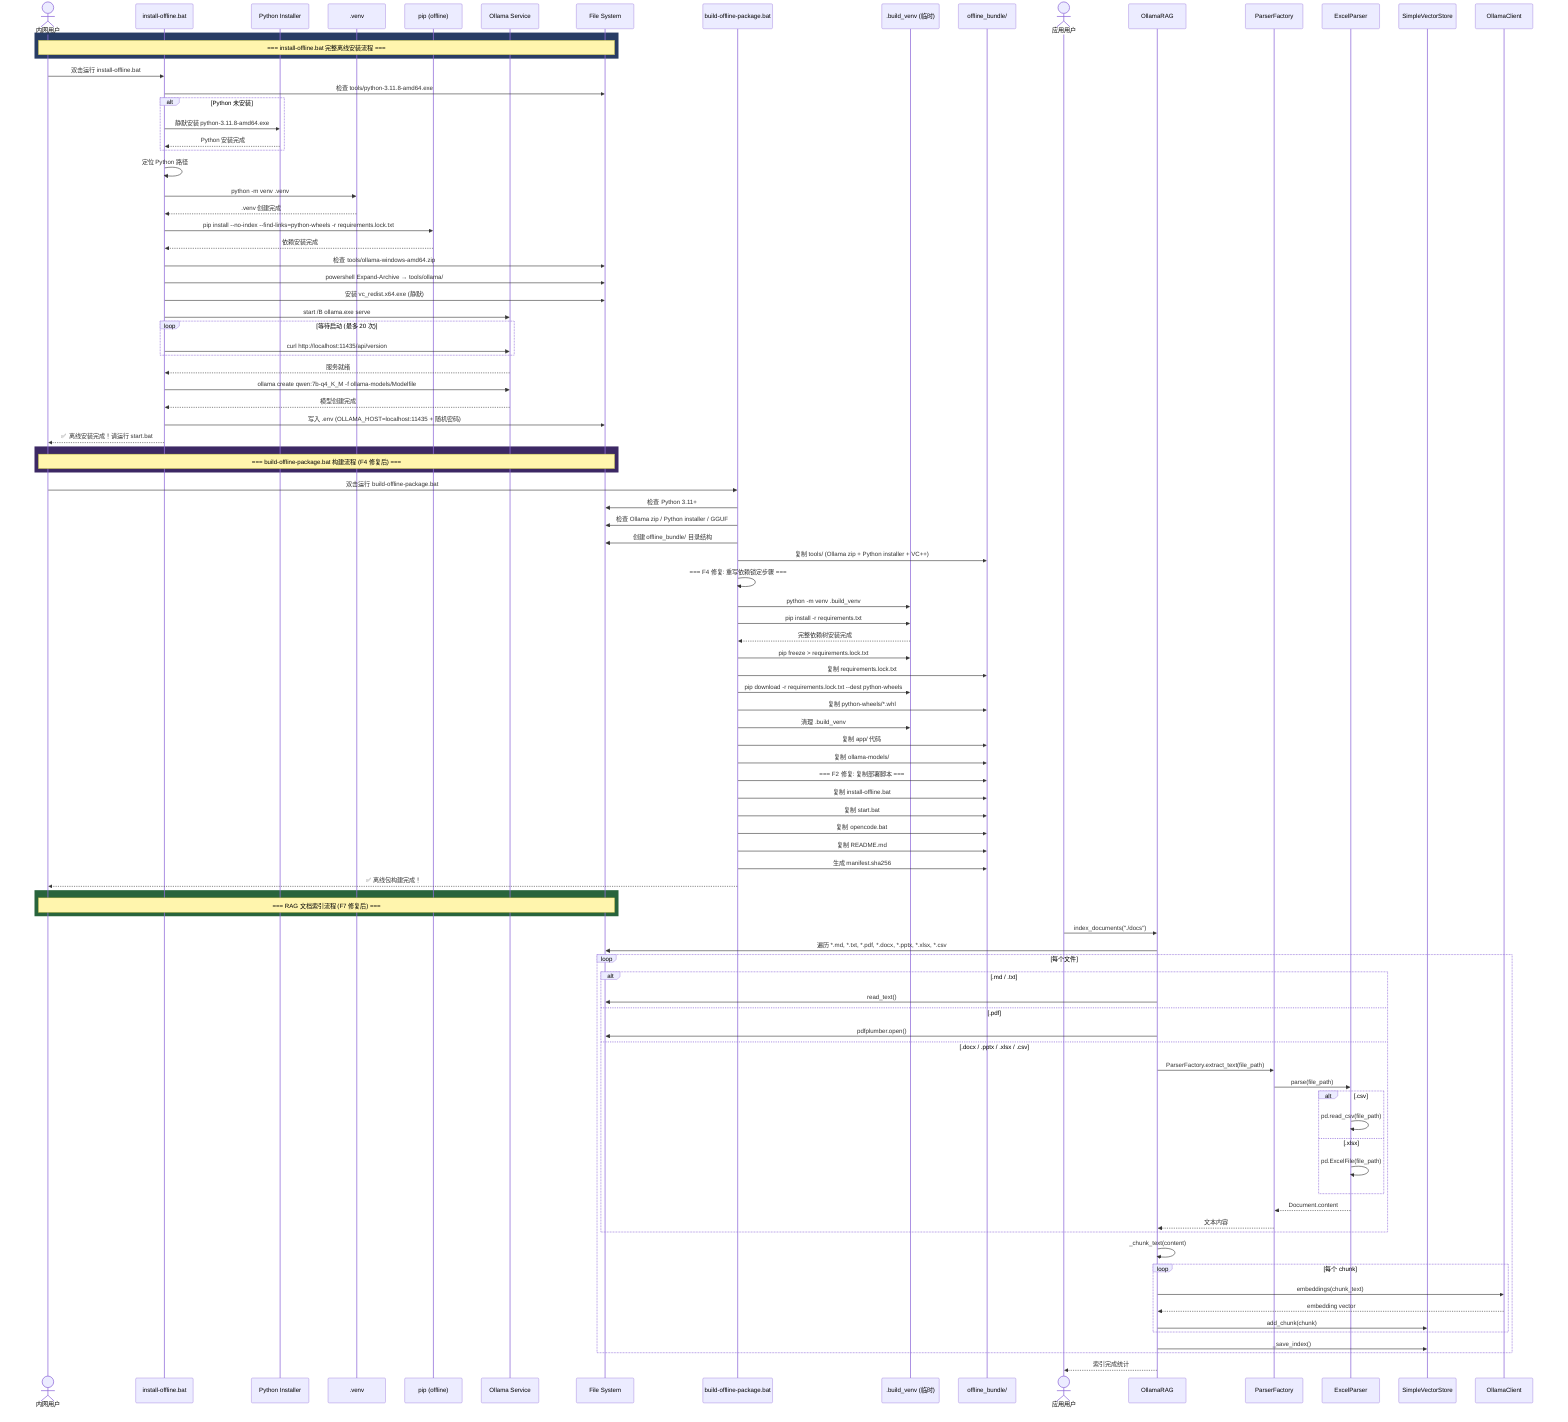
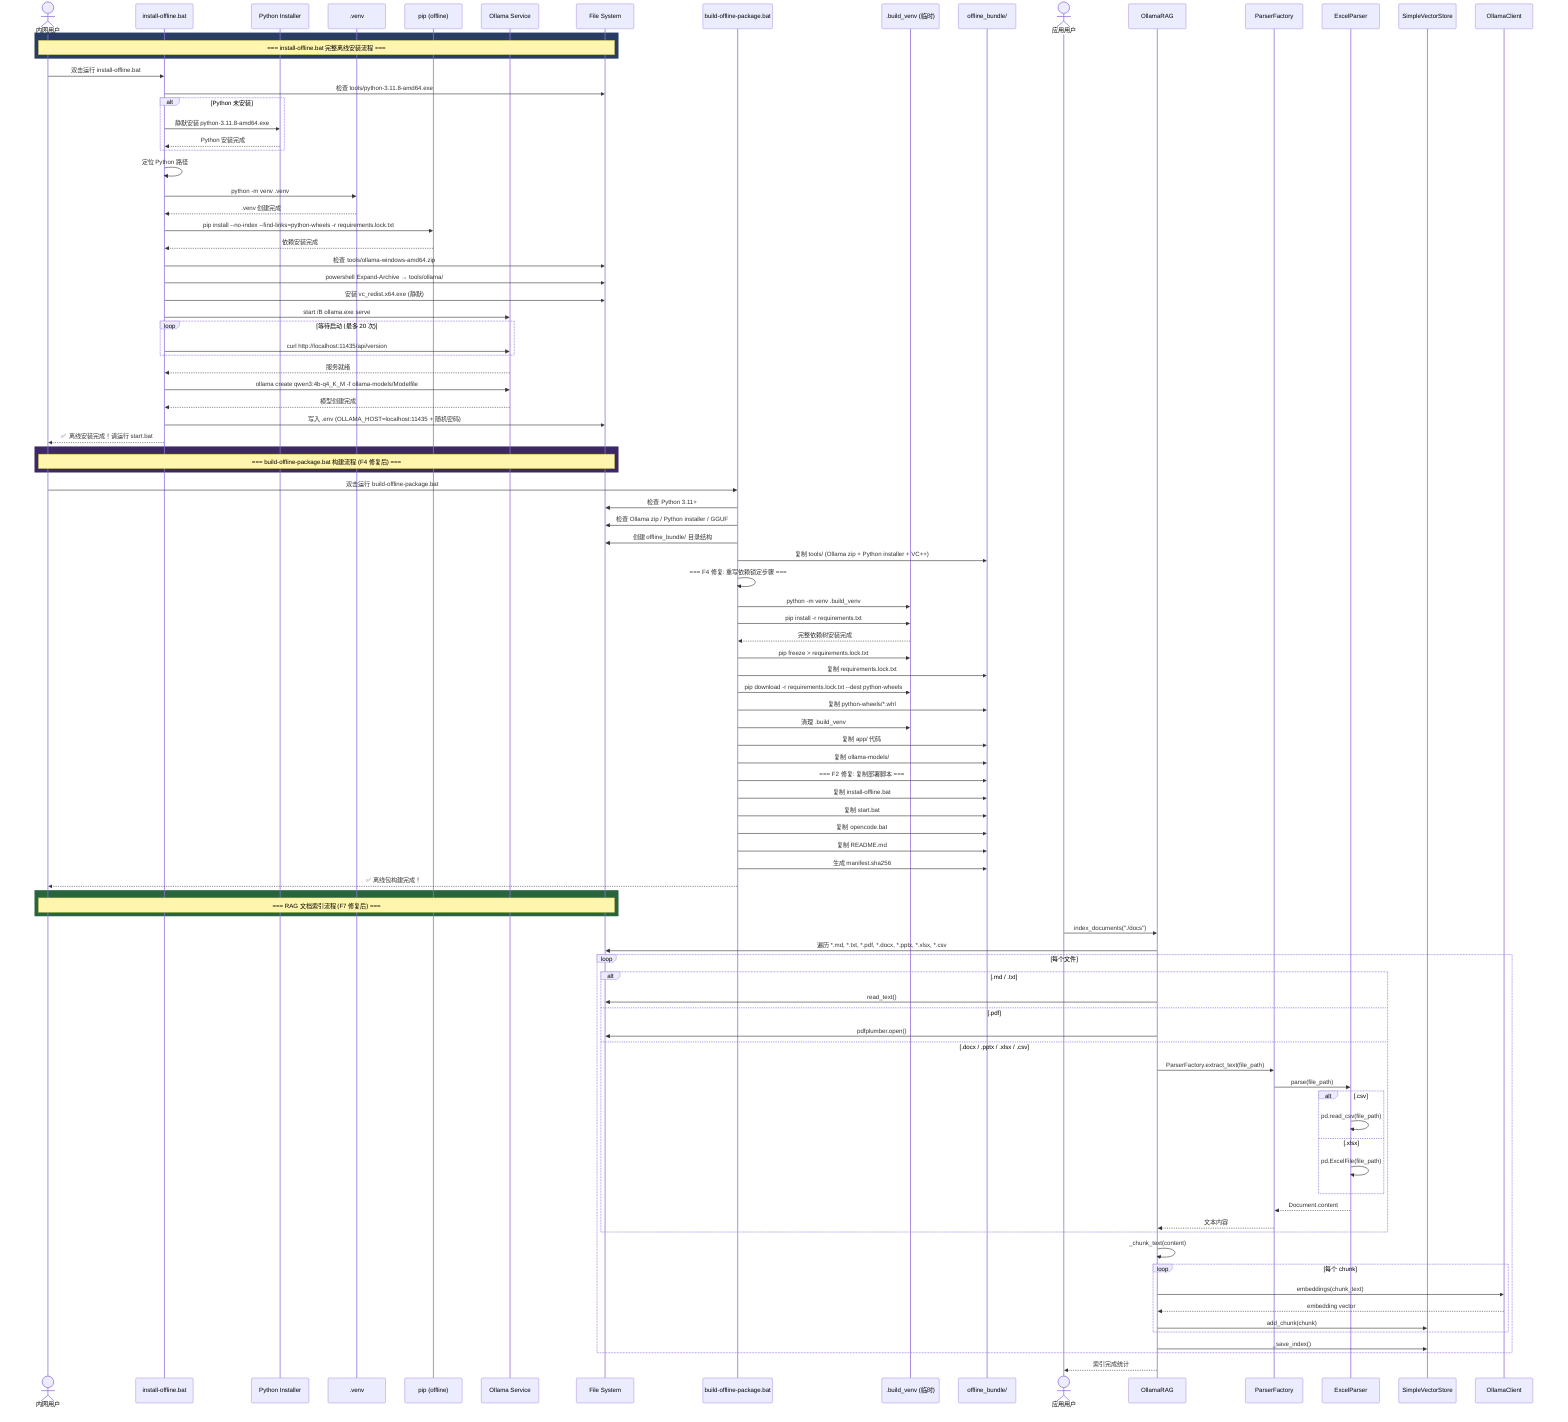
sequenceDiagram
    actor User as 内网用户
    participant I as install-offline.bat
    participant Py as Python Installer
    participant Venv as .venv
    participant Pip as pip (offline)
    participant Ollama as Ollama Service
    participant FS as File System

    rect rgb(40, 60, 100)
        Note over User,FS: === install-offline.bat 完整离线安装流程 ===
    end

    User->>I: 双击运行 install-offline.bat
    I->>FS: 检查 tools/python-3.11.8-amd64.exe
    alt Python 未安装
        I->>Py: 静默安装 python-3.11.8-amd64.exe
        Py-->>I: Python 安装完成
    end
    I->>I: 定位 Python 路径
    I->>Venv: python -m venv .venv
    Venv-->>I: .venv 创建完成
    I->>Pip: pip install --no-index --find-links=python-wheels -r requirements.lock.txt
    Pip-->>I: 依赖安装完成
    I->>FS: 检查 tools/ollama-windows-amd64.zip
    I->>FS: powershell Expand-Archive → tools/ollama/
    I->>FS: 安装 vc_redist.x64.exe (静默)
    I->>Ollama: start /B ollama.exe serve
    loop 等待启动 (最多 20 次)
        I->>Ollama: curl http://localhost:11435/api/version
    end
    Ollama-->>I: 服务就绪
-     I->>Ollama: ollama create qwen:7b-q4_K_M -f ollama-models/Modelfile
+     I->>Ollama: ollama create qwen3:4b-q4_K_M -f ollama-models/Modelfile
    Ollama-->>I: 模型创建完成
    I->>FS: 写入 .env (OLLAMA_HOST=localhost:11435 + 随机密码)
    I-->>User: ✅ 离线安装完成！请运行 start.bat

    rect rgb(60, 40, 100)
        Note over User,FS: === build-offline-package.bat 构建流程 (F4 修复后) ===
    end

    participant BB as build-offline-package.bat
    participant BV as .build_venv (临时)
    participant BD as offline_bundle/

    User->>BB: 双击运行 build-offline-package.bat
    BB->>FS: 检查 Python 3.11+
    BB->>FS: 检查 Ollama zip / Python installer / GGUF
    BB->>FS: 创建 offline_bundle/ 目录结构
    BB->>BD: 复制 tools/ (Ollama zip + Python installer + VC++)
    BB->>BB: === F4 修复: 重写依赖锁定步骤 ===
    BB->>BV: python -m venv .build_venv
    BB->>BV: pip install -r requirements.txt
    BV-->>BB: 完整依赖树安装完成
    BB->>BV: pip freeze > requirements.lock.txt
    BB->>BD: 复制 requirements.lock.txt
    BB->>BV: pip download -r requirements.lock.txt --dest python-wheels
    BB->>BD: 复制 python-wheels/*.whl
    BB->>BV: 清理 .build_venv
    BB->>BD: 复制 app/ 代码
    BB->>BD: 复制 ollama-models/
    BB->>BD: === F2 修复: 复制部署脚本 ===
    BB->>BD: 复制 install-offline.bat
    BB->>BD: 复制 start.bat
    BB->>BD: 复制 opencode.bat
    BB->>BD: 复制 README.md
    BB->>BD: 生成 manifest.sha256
    BB-->>User: ✅ 离线包构建完成！

    rect rgb(40, 100, 60)
        Note over User,FS: === RAG 文档索引流程 (F7 修复后) ===
    end

    actor AU as 应用用户
    participant RAG as OllamaRAG
    participant PF as ParserFactory
    participant EP as ExcelParser
    participant VS as SimpleVectorStore
    participant OC as OllamaClient

    AU->>RAG: index_documents("./docs")
    RAG->>FS: 遍历 *.md, *.txt, *.pdf, *.docx, *.pptx, *.xlsx, *.csv
    loop 每个文件
        alt .md / .txt
            RAG->>FS: read_text()
        else .pdf
            RAG->>FS: pdfplumber.open()
        else .docx / .pptx / .xlsx / .csv
            RAG->>PF: ParserFactory.extract_text(file_path)
            PF->>EP: parse(file_path)
            alt .csv
                EP->>EP: pd.read_csv(file_path)
            else .xlsx
                EP->>EP: pd.ExcelFile(file_path)
            end
            EP-->>PF: Document.content
            PF-->>RAG: 文本内容
        end
        RAG->>RAG: _chunk_text(content)
        loop 每个 chunk
            RAG->>OC: embeddings(chunk_text)
            OC-->>RAG: embedding vector
            RAG->>VS: add_chunk(chunk)
        end
        RAG->>VS: _save_index()
    end
    RAG-->>AU: 索引完成统计
